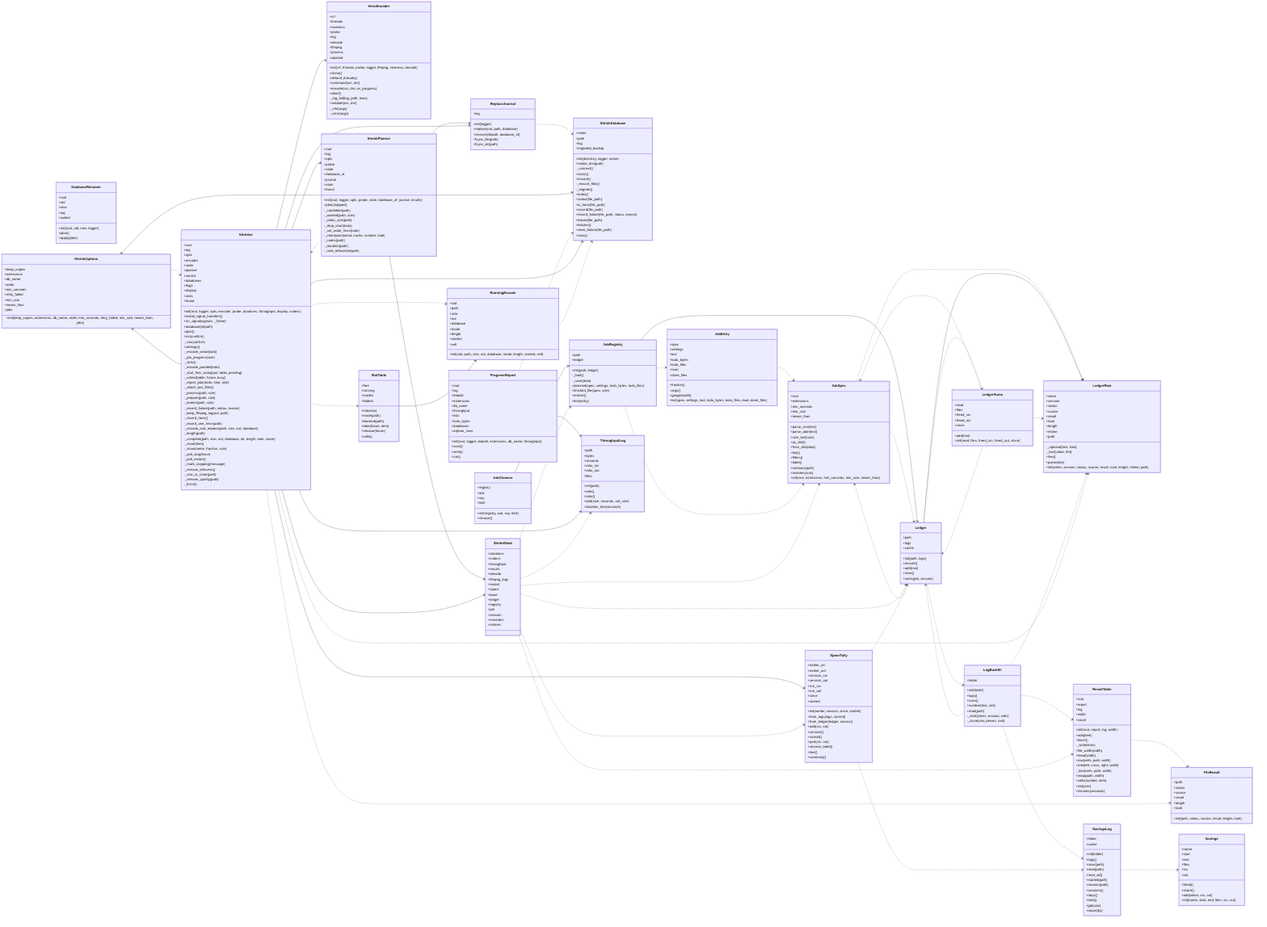
Earlier version of the Mermaid export docs/img/uml_shrink.png (peddanet/mediatools). Its source is kept beside it as docs/img/uml_shrink.mmd.
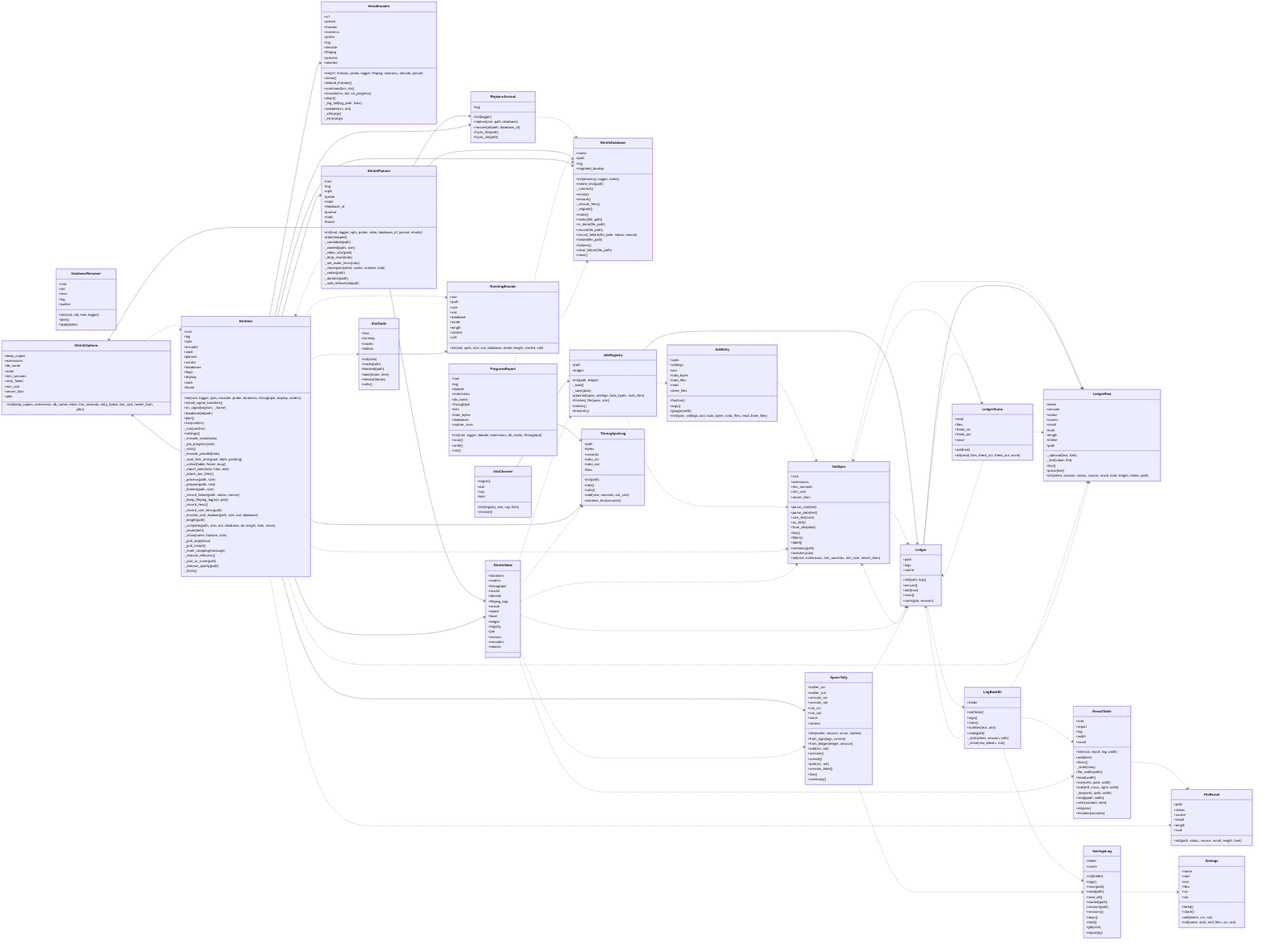
Later version of the same file.

Change to the diagram source:
```diff
@@ -34,6 +34,7 @@
   }
   class HevcEncoder {
     +crf
+    +preset
     +threads
     +niceness
     +probe
@@ -42,7 +43,7 @@
     +ffmpeg
     +process
     +aborted
-    +init(crf, threads, probe, logger, ffmpeg, niceness, decode)
+    +init(crf, threads, probe, logger, ffmpeg, niceness, decode, preset)
     +clone()
     +default_threads()
     +command(src, dst)
```
